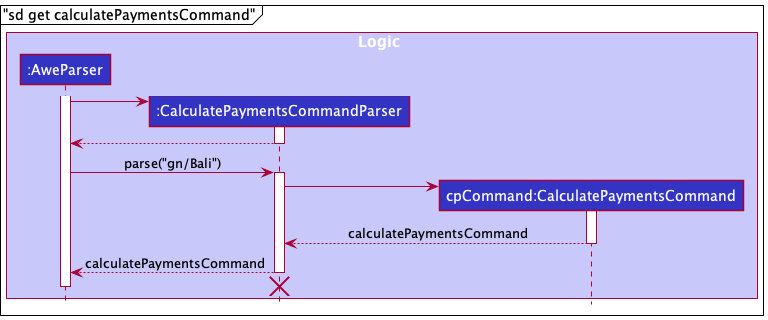
Earlier version of the PlantUML export docs/images/CalculatePaymentsRefSequenceDiagram.png (ramapriyan912001/tp).
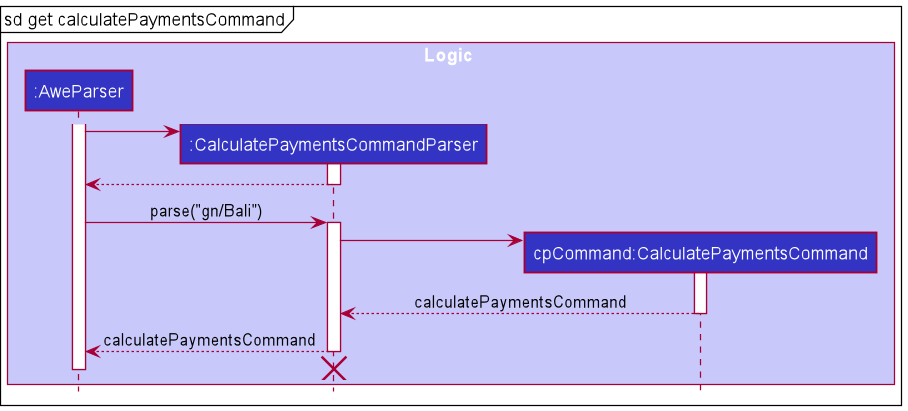
After the change.

Change to the diagram source:
```diff
@@ -8,7 +8,7 @@
 participant "cpCommand:CalculatePaymentsCommand" as CalculatePaymentsCommand LOGIC_COLOR
 end box
 
-mainframe "sd get calculatePaymentsCommand"
+mainframe sd get calculatePaymentsCommand
 
 activate AweParser
 create CalculatePaymentsCommandParser
```
